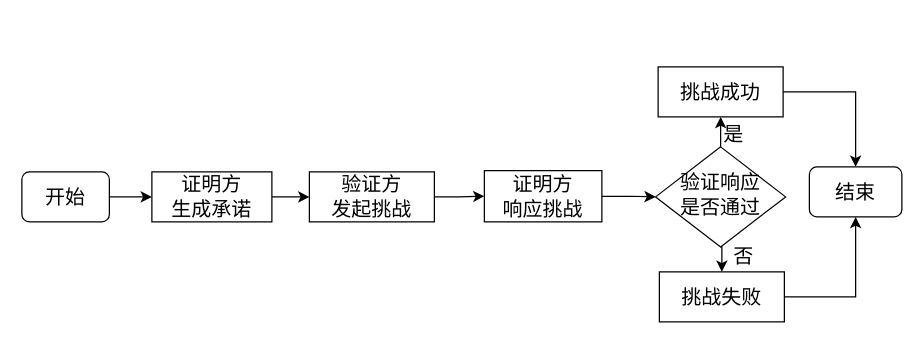
Earlier version of the draw.io diagram liucengtu.drawio (yyuu-6/1111). Source tidied: cells renumbered, new cells numbered last; positions are measured from the earlier drawing's top-left corner, leaving out a move shared by most shapes. Both pictures are drawn from the tidied source at 125%, with x=0, y=0 at pixel (21, 66).
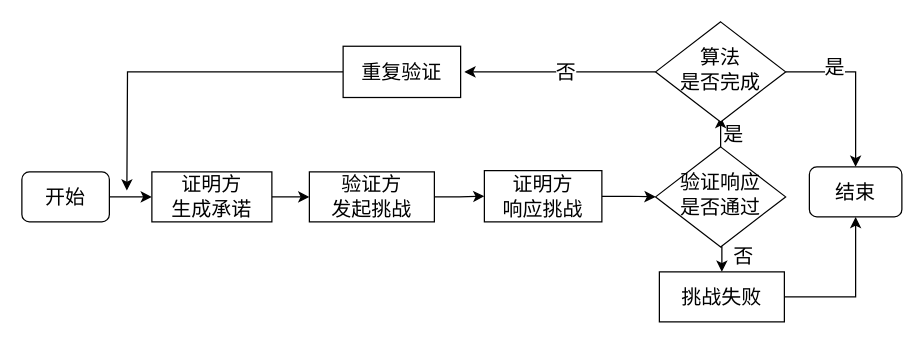
The same page after the edit.

The change refers to these unchanged cells:
```xml
<mxCell id="6" value="验证响应&lt;br&gt;是否通过" style="rhombus;whiteSpace=wrap;html=1;shadow=0;fontFamily=Helvetica;fontSize=16;align=center;strokeWidth=1;spacing=6;spacingTop=-4;" parent="1" vertex="1">
  <mxGeometry x="507" y="64" width="104" height="80" as="geometry" />
</mxCell>
<mxCell id="7" value="结束" style="rounded=1;whiteSpace=wrap;html=1;fontSize=16;glass=0;strokeWidth=1;shadow=0;" parent="1" vertex="1">
  <mxGeometry x="630" y="80" width="74" height="40" as="geometry" />
</mxCell>
```

Change to the diagram source:
```diff
@@
-    <mxCell id="4" style="edgeStyle=orthogonalEdgeStyle;rounded=0;jettySize=auto;html=1;exitX=0.5;exitY=0;exitDx=0;exitDy=0;entryX=0.5;entryY=1;entryDx=0;entryDy=0;fontSize=16;strokeWidth=1;" parent="1" edge="1" source="6" target="17">
-      <mxGeometry relative="1" as="geometry" />
+    <mxCell id="4" style="edgeStyle=orthogonalEdgeStyle;rounded=0;jettySize=auto;html=1;exitX=0.5;exitY=0;exitDx=0;exitDy=0;entryX=0.5;entryY=1;entryDx=0;entryDy=0;fontSize=16;strokeWidth=1;" parent="1" edge="1" source="6">
+      <mxGeometry relative="1" as="geometry">
+        <mxPoint x="559" y="40" as="targetPoint" />
+      </mxGeometry>
     </mxCell>
@@
-    <mxCell id="16" style="edgeStyle=orthogonalEdgeStyle;rounded=0;jettySize=auto;html=1;exitX=1;exitY=0.5;exitDx=0;exitDy=0;entryX=0.5;entryY=0;entryDx=0;entryDy=0;fontSize=16;" parent="1" edge="1" source="17" target="7">
+    <mxCell id="16" style="edgeStyle=orthogonalEdgeStyle;rounded=0;jettySize=auto;html=1;exitX=1;exitY=0.5;exitDx=0;exitDy=0;entryX=0.5;entryY=0;entryDx=0;entryDy=0;fontSize=16;" parent="1" edge="1" source="23" target="7">
       <mxGeometry relative="1" as="geometry" />
     </mxCell>
-    <mxCell id="17" value="&lt;div style=&quot;font-size: 16px;&quot;&gt;挑战成功&lt;/div&gt;" style="rounded=0;whiteSpace=wrap;html=1;fontSize=16;" parent="1" vertex="1">
-      <mxGeometry x="509" width="100" height="40" as="geometry" />
-    </mxCell>
+    <mxCell id="20" value="是" style="edgeLabel;html=1;align=center;verticalAlign=middle;fontSize=16;" parent="16" vertex="1">
+      <mxGeometry x="-0.42" y="-4" relative="1" as="geometry">
+        <mxPoint y="-9" as="offset" />
+      </mxGeometry>
+    </mxCell>
@@
+    <mxCell id="21" style="edgeStyle=orthogonalEdgeStyle;rounded=0;jettySize=auto;html=1;exitX=0;exitY=0.5;exitDx=0;exitDy=0;fontSize=16;strokeWidth=1;" parent="1" edge="1" source="23">
+      <mxGeometry relative="1" as="geometry">
+        <mxPoint x="354" y="4" as="targetPoint" />
+      </mxGeometry>
+    </mxCell>
+    <mxCell id="22" value="否" style="edgeLabel;html=1;align=center;verticalAlign=middle;fontSize=16;" parent="21" vertex="1">
+      <mxGeometry x="-0.29" y="-1" relative="1" as="geometry">
+        <mxPoint x="-19" as="offset" />
+      </mxGeometry>
+    </mxCell>
+    <mxCell id="23" value="算法&lt;br&gt;是否完成" style="rhombus;whiteSpace=wrap;html=1;shadow=0;fontFamily=Helvetica;fontSize=16;align=center;strokeWidth=1;spacing=6;spacingTop=-4;" parent="1" vertex="1">
+      <mxGeometry x="507" y="-36" width="104" height="80" as="geometry" />
+    </mxCell>
+    <mxCell id="24" style="edgeStyle=orthogonalEdgeStyle;rounded=0;jettySize=auto;html=1;exitX=0;exitY=0.5;exitDx=0;exitDy=0;fontSize=16;strokeWidth=1;" parent="1" edge="1" source="25">
+      <mxGeometry relative="1" as="geometry">
+        <mxPoint x="84" y="99" as="targetPoint" />
+      </mxGeometry>
+    </mxCell>
+    <mxCell id="25" value="&lt;div style=&quot;font-size: 16px&quot;&gt;重复验证&lt;/div&gt;" style="rounded=0;whiteSpace=wrap;html=1;fontSize=16;" parent="1" vertex="1">
+      <mxGeometry x="257" y="-16.5" width="94" height="41" as="geometry" />
+    </mxCell>
```
